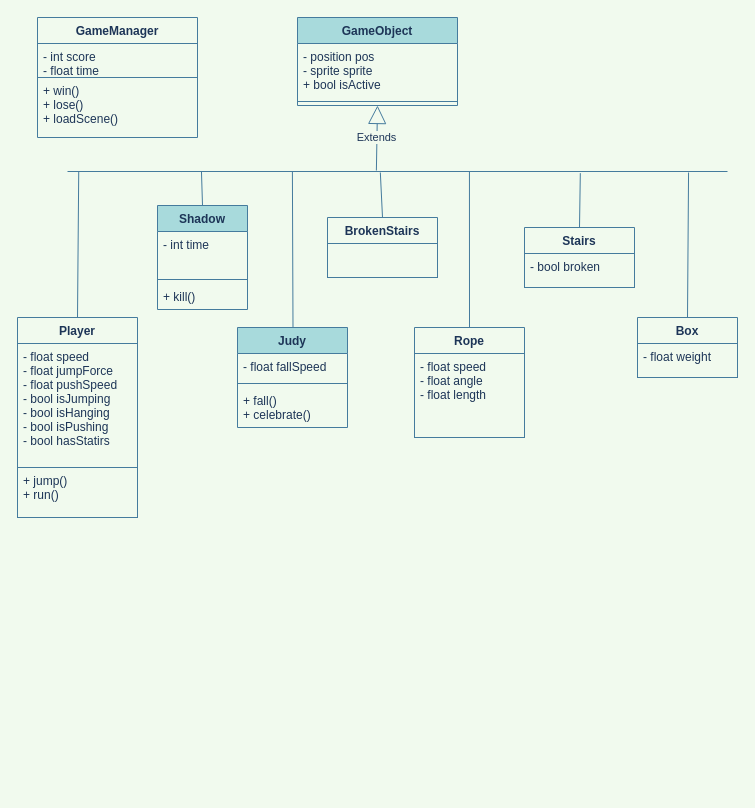
Before: Untitled Diagram.drawio in javics2002/Grupo1PVLI, a draw.io diagram. Source tidied: cells renumbered, new cells numbered last; positions are measured from the earlier drawing's top-left corner, leaving out a move shared by most shapes. Both pictures are drawn from the tidied source at 100%, with x=0, y=0 at pixel (17, 17).
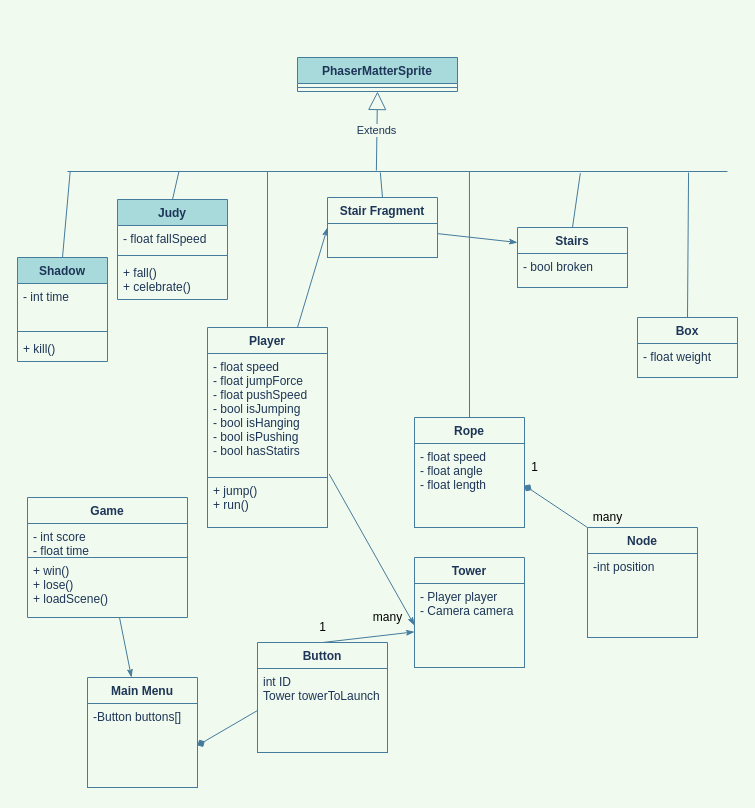
The same diagram, later.

Commit message (it also covers changes not shown here):
bloqueada la rotación de las cajas

The change refers to these unchanged cells:
```xml
<mxCell id="5" value="+ jump()&#10;+ run()&#10;" style="text;strokeColor=#457B9D;fillColor=none;align=left;verticalAlign=top;spacingLeft=4;spacingRight=4;overflow=hidden;points=[[0,0.5],[1,0.5]];portConstraint=eastwest;fontColor=#1D3557;" parent="3" vertex="1">
  <mxGeometry y="150" width="120" height="50" as="geometry" />
</mxCell>
<mxCell id="17" value="- float speed&#10;- float angle&#10;- float length" style="text;strokeColor=#457B9D;fillColor=none;align=left;verticalAlign=top;spacingLeft=4;spacingRight=4;overflow=hidden;points=[[0,0.5],[1,0.5]];portConstraint=eastwest;fontColor=#1D3557;" parent="16" vertex="1">
  <mxGeometry y="26" width="110" height="84" as="geometry" />
</mxCell>
<mxCell id="33" style="line;strokeWidth=1;fillColor=none;align=left;verticalAlign=middle;spacingTop=-1;spacingLeft=3;spacingRight=3;labelPosition=right;points=[];portConstraint=eastwest;strokeColor=#457B9D;labelBackgroundColor=#F1FAEE;fontColor=#1D3557;" parent="1" vertex="1">
  <mxGeometry x="50" y="150" width="660" height="8" as="geometry" />
</mxCell>
```

Diff of the diagram source:
```diff
@@
-    <mxCell id="2" style="edgeStyle=none;rounded=0;jettySize=auto;html=1;exitX=0.5;exitY=0;exitDx=0;exitDy=0;entryX=0.017;entryY=0.542;entryDx=0;entryDy=0;entryPerimeter=0;endArrow=none;endFill=0;labelBackgroundColor=#F1FAEE;strokeColor=#457B9D;fontColor=#1D3557;" parent="1" edge="1" source="3" target="33">
-      <mxGeometry relative="1" as="geometry" />
+    <mxCell id="2" style="edgeStyle=none;rounded=0;jettySize=auto;html=1;exitX=0.5;exitY=0;exitDx=0;exitDy=0;endArrow=none;endFill=0;labelBackgroundColor=#F1FAEE;strokeColor=#457B9D;fontColor=#1D3557;" parent="1" edge="1" source="3">
+      <mxGeometry relative="1" as="geometry">
+        <mxPoint x="250" y="154" as="targetPoint" />
+      </mxGeometry>
     </mxCell>
     <mxCell id="3" value="Player" style="swimlane;fontStyle=1;align=center;verticalAlign=top;horizontal=1;startSize=26;fillColor=none;strokeColor=#457B9D;fontColor=#1D3557;" parent="1" vertex="1">
-      <mxGeometry y="300" width="120" height="200" as="geometry" />
+      <mxGeometry x="190" y="310" width="120" height="200" as="geometry" />
     </mxCell>
@@
     <mxCell id="10" value="Stairs" style="swimlane;fontStyle=1;align=center;verticalAlign=top;horizontal=1;startSize=26;fillColor=none;strokeColor=#457B9D;fontColor=#1D3557;" parent="1" vertex="1">
-      <mxGeometry x="507" y="210" width="110" height="60" as="geometry" />
+      <mxGeometry x="500" y="210" width="110" height="60" as="geometry" />
     </mxCell>
@@
+    <mxCell id="36" style="edgeStyle=none;html=1;entryX=0;entryY=0.25;entryDx=0;entryDy=0;shadow=0;endArrow=classicThin;endFill=1;strokeColor=#457B9D;strokeWidth=1;" parent="1" edge="1" source="13" target="10">
+      <mxGeometry relative="1" as="geometry" />
+    </mxCell>
-    <mxCell id="13" value="BrokenStairs" style="swimlane;fontStyle=1;align=center;verticalAlign=top;horizontal=1;startSize=26;fillColor=none;strokeColor=#457B9D;fontColor=#1D3557;" parent="1" vertex="1">
-      <mxGeometry x="310" y="200" width="110" height="60" as="geometry" />
+    <mxCell id="13" value="Stair Fragment" style="swimlane;fontStyle=1;align=center;verticalAlign=top;horizontal=1;startSize=26;fillColor=none;strokeColor=#457B9D;fontColor=#1D3557;" parent="1" vertex="1">
+      <mxGeometry x="310" y="180" width="110" height="60" as="geometry" />
     </mxCell>
@@
     <mxCell id="16" value="Rope" style="swimlane;fontStyle=1;align=center;verticalAlign=top;horizontal=1;startSize=26;fillColor=none;strokeColor=#457B9D;fontColor=#1D3557;" parent="1" vertex="1">
-      <mxGeometry x="397" y="310" width="110" height="110" as="geometry" />
+      <mxGeometry x="397" y="400" width="110" height="110" as="geometry" />
     </mxCell>
@@
+    <mxCell id="37" style="edgeStyle=none;html=1;shadow=0;endArrow=classicThin;endFill=1;strokeColor=#457B9D;strokeWidth=1;" parent="1" edge="1" source="18" target="41">
+      <mxGeometry relative="1" as="geometry" />
+    </mxCell>
-    <mxCell id="18" value="GameManager" style="swimlane;fontStyle=1;align=center;verticalAlign=top;horizontal=1;startSize=26;fillColor=none;strokeColor=#457B9D;fontColor=#1D3557;" parent="1" vertex="1">
-      <mxGeometry x="20" width="160" height="120" as="geometry" />
+    <mxCell id="18" value="Game" style="swimlane;fontStyle=1;align=center;verticalAlign=top;horizontal=1;startSize=26;fillColor=none;strokeColor=#457B9D;fontColor=#1D3557;" parent="1" vertex="1">
+      <mxGeometry x="10" y="480" width="160" height="120" as="geometry" />
     </mxCell>
@@
     <mxCell id="21" value="Judy" style="swimlane;fontStyle=1;align=center;verticalAlign=top;horizontal=1;startSize=26;fillColor=#A8DADC;strokeColor=#457B9D;fontColor=#1D3557;" parent="1" vertex="1">
-      <mxGeometry x="220" y="310" width="110" height="100" as="geometry" />
+      <mxGeometry x="100" y="182" width="110" height="100" as="geometry" />
     </mxCell>
@@
-    <mxCell id="25" style="edgeStyle=none;rounded=0;jettySize=auto;html=1;exitX=0.5;exitY=0;exitDx=0;exitDy=0;entryX=0.203;entryY=0.542;entryDx=0;entryDy=0;entryPerimeter=0;endArrow=none;endFill=0;labelBackgroundColor=#F1FAEE;strokeColor=#457B9D;fontColor=#1D3557;" parent="1" edge="1" source="26" target="33">
+    <mxCell id="25" style="edgeStyle=none;rounded=0;jettySize=auto;html=1;exitX=0.5;exitY=0;exitDx=0;exitDy=0;entryX=0.004;entryY=0.568;entryDx=0;entryDy=0;entryPerimeter=0;endArrow=none;endFill=0;labelBackgroundColor=#F1FAEE;strokeColor=#457B9D;fontColor=#1D3557;" parent="1" edge="1" source="26" target="33">
       <mxGeometry relative="1" as="geometry" />
     </mxCell>
     <mxCell id="26" value="Shadow" style="swimlane;fontStyle=1;align=center;verticalAlign=top;horizontal=1;startSize=26;fillColor=#A8DADC;strokeColor=#457B9D;fontColor=#1D3557;" parent="1" vertex="1">
-      <mxGeometry x="140" y="188" width="90" height="104" as="geometry" />
+      <mxGeometry y="240" width="90" height="104" as="geometry" />
     </mxCell>
@@
-    <mxCell id="30" value="GameObject" style="swimlane;fontStyle=1;align=center;verticalAlign=top;horizontal=1;startSize=26;fillColor=#A8DADC;strokeColor=#457B9D;fontColor=#1D3557;" parent="1" vertex="1">
-      <mxGeometry x="280" width="160" height="88" as="geometry" />
+    <mxCell id="30" value="PhaserMatterSprite" style="swimlane;fontStyle=1;align=center;verticalAlign=top;horizontal=1;startSize=26;fillColor=#A8DADC;strokeColor=#457B9D;fontColor=#1D3557;" parent="1" vertex="1">
+      <mxGeometry x="280" y="40" width="160" height="34" as="geometry" />
     </mxCell>
-    <mxCell id="31" value="- position pos&#10;- sprite sprite&#10;+ bool isActive" style="text;strokeColor=none;fillColor=none;align=left;verticalAlign=top;spacingLeft=4;spacingRight=4;overflow=hidden;fontColor=#1D3557;" parent="30" vertex="1">
-      <mxGeometry y="26" width="160" height="54" as="geometry" />
-    </mxCell>
     <mxCell id="32" style="line;strokeWidth=1;fillColor=none;align=left;verticalAlign=middle;spacingTop=-1;spacingLeft=3;spacingRight=3;labelPosition=right;labelBackgroundColor=#F1FAEE;strokeColor=#457B9D;fontColor=#1D3557;" parent="30" vertex="1">
-      <mxGeometry y="80" width="160" height="8" as="geometry" />
+      <mxGeometry y="26" width="160" height="8" as="geometry" />
     </mxCell>
@@
-    <mxCell id="35" style="edgeStyle=none;rounded=0;orthogonalLoop=1;jettySize=auto;html=1;exitX=0.5;exitY=0;exitDx=0;exitDy=0;entryX=0.34;entryY=0.458;entryDx=0;entryDy=0;entryPerimeter=0;endArrow=none;endFill=0;labelBackgroundColor=#F1FAEE;strokeColor=#457B9D;fontColor=#1D3557;" parent="1" edge="1">
-      <mxGeometry relative="1" as="geometry">
-        <mxPoint x="275.5" y="310" as="sourcePoint" />
-        <mxPoint x="274.9" y="153.7" as="targetPoint" />
-      </mxGeometry>
+    <mxCell id="35" style="edgeStyle=none;rounded=0;jettySize=auto;html=1;exitX=0.5;exitY=0;exitDx=0;exitDy=0;endArrow=none;endFill=0;labelBackgroundColor=#F1FAEE;strokeColor=#457B9D;fontColor=#1D3557;entryX=0.169;entryY=0.445;entryDx=0;entryDy=0;entryPerimeter=0;" parent="1" edge="1" source="21" target="33">
+      <mxGeometry relative="1" as="geometry" />
     </mxCell>
+    <mxCell id="38" style="edgeStyle=none;html=1;exitX=0;exitY=0;exitDx=0;exitDy=0;entryX=1;entryY=0.5;entryDx=0;entryDy=0;endArrow=diamond;endFill=1;strokeWidth=1;shadow=0;fillColor=#1ba1e2;strokeColor=#457B9D;" parent="1" edge="1" source="39" target="17">
+      <mxGeometry relative="1" as="geometry" />
+    </mxCell>
+    <mxCell id="39" value="Node" style="swimlane;fontStyle=1;align=center;verticalAlign=top;horizontal=1;startSize=26;fillColor=none;strokeColor=#457B9D;fontColor=#1D3557;" parent="1" vertex="1">
+      <mxGeometry x="570" y="510" width="110" height="110" as="geometry" />
+    </mxCell>
+    <mxCell id="40" value="-int position" style="text;strokeColor=#457B9D;fillColor=none;align=left;verticalAlign=top;spacingLeft=4;spacingRight=4;overflow=hidden;fontColor=#1D3557;" parent="39" vertex="1">
+      <mxGeometry y="26" width="110" height="84" as="geometry" />
+    </mxCell>
+    <mxCell id="41" value="Main Menu" style="swimlane;fontStyle=1;align=center;verticalAlign=top;horizontal=1;startSize=26;fillColor=none;strokeColor=#457B9D;fontColor=#1D3557;" parent="1" vertex="1">
+      <mxGeometry x="70" y="660" width="110" height="110" as="geometry" />
+    </mxCell>
+    <mxCell id="42" value="-Button buttons[]&#10;" style="text;strokeColor=#457B9D;fillColor=none;align=left;verticalAlign=top;spacingLeft=4;spacingRight=4;overflow=hidden;points=[[0,0.5],[1,0.5]];portConstraint=eastwest;fontColor=#1D3557;" parent="41" vertex="1">
+      <mxGeometry y="26" width="110" height="84" as="geometry" />
+    </mxCell>
+    <mxCell id="43" value="Tower" style="swimlane;fontStyle=1;align=center;verticalAlign=top;horizontal=1;startSize=26;fillColor=none;strokeColor=#457B9D;fontColor=#1D3557;" parent="1" vertex="1">
+      <mxGeometry x="397" y="540" width="110" height="110" as="geometry" />
+    </mxCell>
+    <mxCell id="44" value="- Player player&#10;- Camera camera" style="text;strokeColor=#457B9D;fillColor=none;align=left;verticalAlign=top;spacingLeft=4;spacingRight=4;overflow=hidden;points=[[0,0.5],[1,0.5]];portConstraint=eastwest;fontColor=#1D3557;" parent="43" vertex="1">
+      <mxGeometry y="26" width="110" height="84" as="geometry" />
+    </mxCell>
+    <mxCell id="45" style="edgeStyle=none;html=1;shadow=0;endArrow=classicThin;endFill=1;strokeColor=#457B9D;strokeWidth=1;exitX=0.5;exitY=0;exitDx=0;exitDy=0;" parent="1" edge="1" source="46" target="44">
+      <mxGeometry relative="1" as="geometry" />
+    </mxCell>
+    <mxCell id="46" value="Button" style="swimlane;fontStyle=1;align=center;verticalAlign=top;horizontal=1;startSize=26;fillColor=none;strokeColor=#457B9D;fontColor=#1D3557;" parent="1" vertex="1">
+      <mxGeometry x="240" y="625" width="130" height="110" as="geometry" />
+    </mxCell>
+    <mxCell id="47" value="int ID&#10;Tower towerToLaunch" style="text;strokeColor=#457B9D;fillColor=none;align=left;verticalAlign=top;spacingLeft=4;spacingRight=4;overflow=hidden;points=[[0,0.5],[1,0.5]];portConstraint=eastwest;fontColor=#1D3557;" parent="46" vertex="1">
+      <mxGeometry y="26" width="130" height="84" as="geometry" />
+    </mxCell>
+    <mxCell id="48" style="edgeStyle=none;html=1;exitX=0;exitY=0.5;exitDx=0;exitDy=0;entryX=1;entryY=0.5;entryDx=0;entryDy=0;shadow=0;endArrow=diamond;endFill=1;strokeColor=#457B9D;strokeWidth=1;" parent="1" edge="1" source="47" target="42">
+      <mxGeometry relative="1" as="geometry" />
+    </mxCell>
+    <mxCell id="49" value="&lt;font color=&quot;#000000&quot;&gt;1&lt;/font&gt;" style="text;html=1;align=center;verticalAlign=middle;strokeColor=none;" parent="1" vertex="1">
+      <mxGeometry x="295" y="600" width="20" height="20" as="geometry" />
+    </mxCell>
+    <mxCell id="50" value="&lt;font color=&quot;#000000&quot;&gt;many&lt;/font&gt;" style="text;html=1;align=center;verticalAlign=middle;strokeColor=none;" parent="1" vertex="1">
+      <mxGeometry x="350" y="590" width="40" height="20" as="geometry" />
+    </mxCell>
+    <mxCell id="51" value="&lt;font color=&quot;#000000&quot;&gt;1&lt;/font&gt;" style="text;html=1;align=center;verticalAlign=middle;strokeColor=none;" parent="1" vertex="1">
+      <mxGeometry x="507" y="440" width="20" height="20" as="geometry" />
+    </mxCell>
+    <mxCell id="52" value="&lt;font color=&quot;#000000&quot;&gt;many&lt;/font&gt;" style="text;html=1;align=center;verticalAlign=middle;strokeColor=none;" parent="1" vertex="1">
+      <mxGeometry x="570" y="490" width="40" height="20" as="geometry" />
+    </mxCell>
+    <mxCell id="53" style="edgeStyle=none;html=1;entryX=0;entryY=0.5;entryDx=0;entryDy=0;shadow=0;endArrow=classicThin;endFill=1;strokeColor=#457B9D;strokeWidth=1;exitX=1.014;exitY=-0.07;exitDx=0;exitDy=0;exitPerimeter=0;" parent="1" edge="1" source="5" target="44">
+      <mxGeometry relative="1" as="geometry" />
+    </mxCell>
+    <mxCell id="54" style="edgeStyle=none;html=1;shadow=0;endArrow=classicThin;endFill=1;strokeColor=#457B9D;strokeWidth=1;entryX=0;entryY=0.5;entryDx=0;entryDy=0;exitX=0.75;exitY=0;exitDx=0;exitDy=0;" parent="1" edge="1" source="3" target="13">
+      <mxGeometry relative="1" as="geometry" />
+    </mxCell>
```
